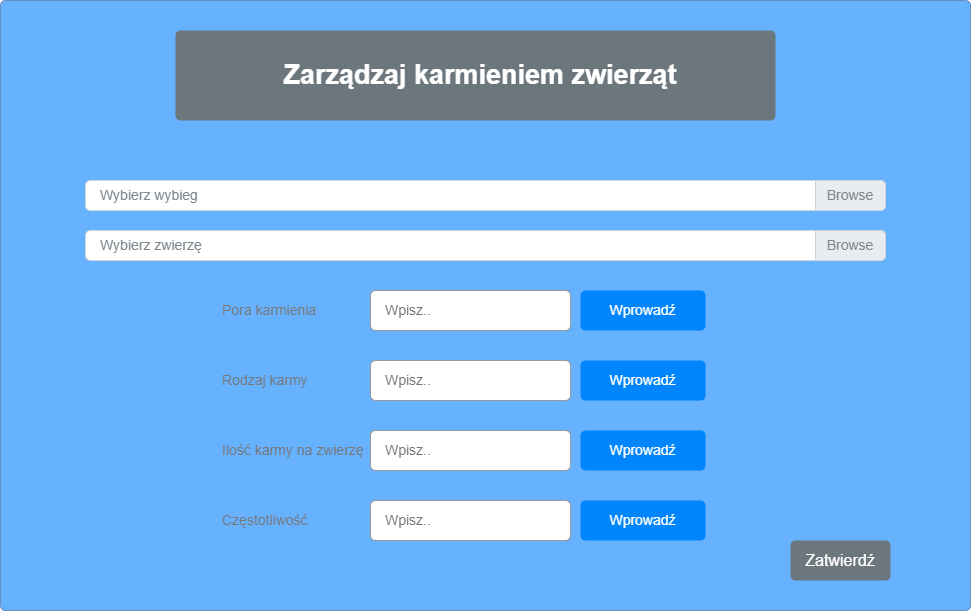
The draw.io diagram Diagramy/InterfejsKarmienie.drawio.png in Karczykowski/Psi, before a commit. Source tidied: cells renumbered, new cells last; positions are measured from the earlier drawing's top-left corner, leaving out a move shared by most shapes.
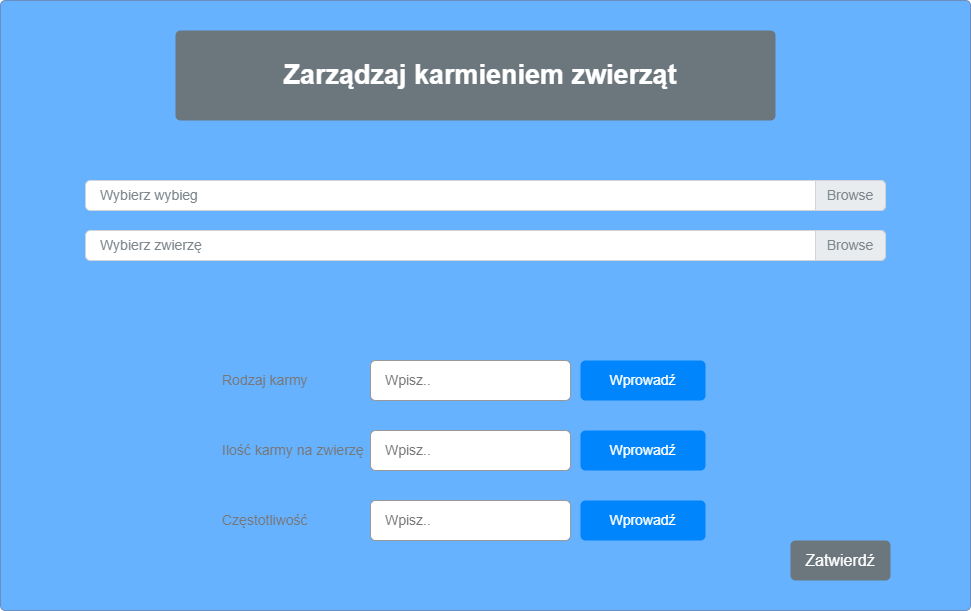
After the change.

Diff of the diagram source:
```diff
@@ -27,15 +27,6 @@
         <mxPoint x="-70" as="offset" />
       </mxGeometry>
     </mxCell>
-    <mxCell id="9" value="Pora karmienia" style="strokeColor=none;fillColor=none;fontColor=#777777;whiteSpace=wrap;align=left;verticalAlign=middle;fontStyle=0;fontSize=14;" parent="1" vertex="1">
-      <mxGeometry x="220" y="290" width="150" height="40" as="geometry" />
-    </mxCell>
-    <mxCell id="10" value="Wpisz.." style="html=1;shadow=0;dashed=0;shape=mxgraph.bootstrap.rrect;rSize=5;strokeColor=#999999;fillColor=#ffffff;fontColor=#777777;whiteSpace=wrap;align=left;verticalAlign=middle;fontStyle=0;fontSize=14;spacing=15;" parent="1" vertex="1">
-      <mxGeometry x="370" y="290" width="200" height="40" as="geometry" />
-    </mxCell>
-    <mxCell id="11" value="Wprowadź" style="html=1;shadow=0;dashed=0;shape=mxgraph.bootstrap.rrect;rSize=5;strokeColor=none;fillColor=#0085FC;fontColor=#ffffff;whiteSpace=wrap;align=center;verticalAlign=middle;fontStyle=0;fontSize=14;spacing=14;" parent="1" vertex="1">
-      <mxGeometry x="580" y="290" width="125" height="40" as="geometry" />
-    </mxCell>
     <mxCell id="12" value="Rodzaj karmy" style="strokeColor=none;fillColor=none;fontColor=#777777;whiteSpace=wrap;align=left;verticalAlign=middle;fontStyle=0;fontSize=14;" parent="1" vertex="1">
       <mxGeometry x="220" y="360" width="150" height="40" as="geometry" />
     </mxCell>
```
